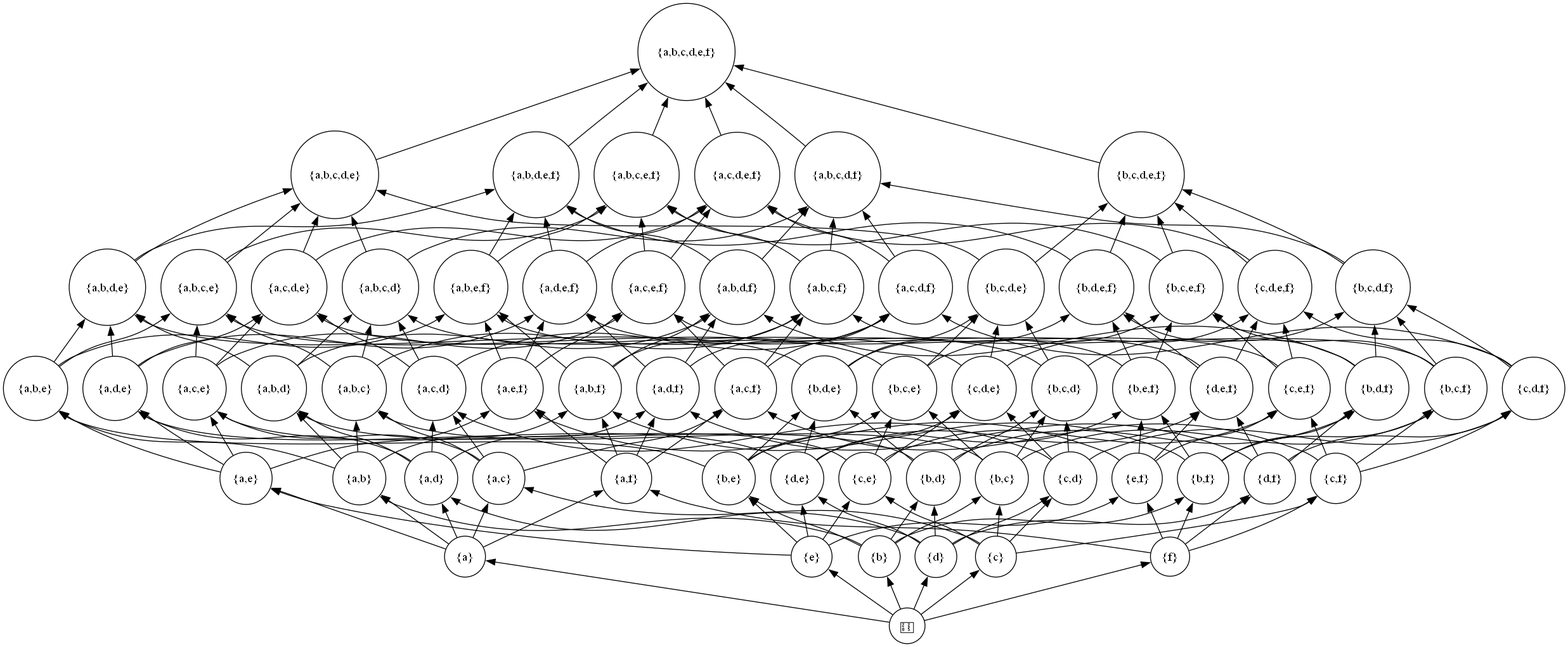
Above: python/hasse_b6.png in deepSANDHU08/COMP359_assignment_1 (Graphviz), before the change. Its source is kept beside it as python/hasse_b6.dot.
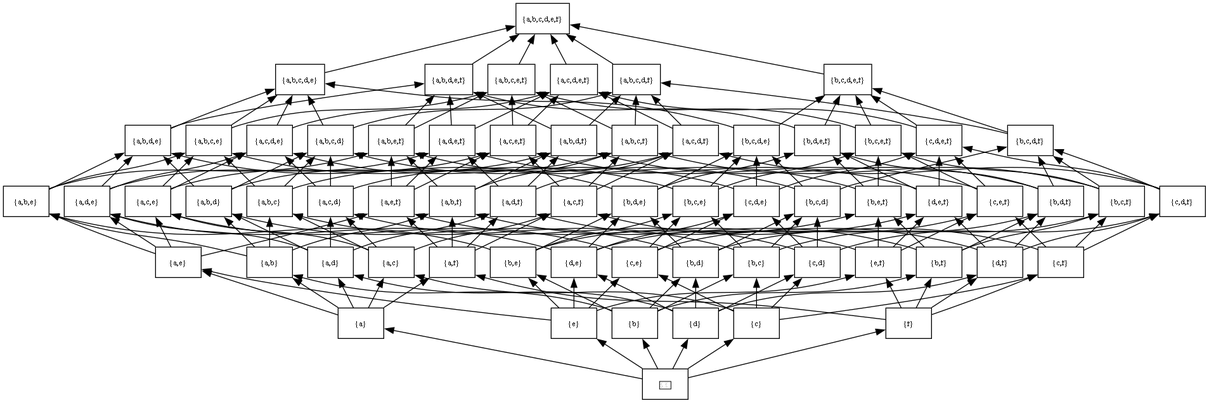
The same diagram one commit later.

The edit, as a diff of the source:
```diff
@@ -1,270 +1,270 @@
-digraph Hasse {
+digraph hasse {
   rankdir=BT;
-  node [shape=circle];
+  node [shape=box, fontsize=10];
 
-  n0 [label="∅"];
-  n1 [label="{a}"];
-  n2 [label="{b}"];
-  n3 [label="{c}"];
-  n4 [label="{d}"];
-  n5 [label="{e}"];
-  n6 [label="{f}"];
-  n7 [label="{a,b}"];
-  n8 [label="{a,c}"];
-  n9 [label="{a,d}"];
-  n10 [label="{a,e}"];
-  n11 [label="{a,f}"];
-  n12 [label="{b,c}"];
-  n13 [label="{b,d}"];
-  n14 [label="{b,e}"];
-  n15 [label="{b,f}"];
-  n16 [label="{c,d}"];
-  n17 [label="{c,e}"];
-  n18 [label="{c,f}"];
-  n19 [label="{d,e}"];
-  n20 [label="{d,f}"];
-  n21 [label="{e,f}"];
-  n22 [label="{a,b,c}"];
-  n23 [label="{a,b,d}"];
-  n24 [label="{a,b,e}"];
-  n25 [label="{a,b,f}"];
-  n26 [label="{a,c,d}"];
-  n27 [label="{a,c,e}"];
-  n28 [label="{a,c,f}"];
-  n29 [label="{a,d,e}"];
-  n30 [label="{a,d,f}"];
-  n31 [label="{a,e,f}"];
-  n32 [label="{b,c,d}"];
-  n33 [label="{b,c,e}"];
-  n34 [label="{b,c,f}"];
-  n35 [label="{b,d,e}"];
-  n36 [label="{b,d,f}"];
-  n37 [label="{b,e,f}"];
-  n38 [label="{c,d,e}"];
-  n39 [label="{c,d,f}"];
-  n40 [label="{c,e,f}"];
-  n41 [label="{d,e,f}"];
-  n42 [label="{a,b,c,d}"];
-  n43 [label="{a,b,c,e}"];
-  n44 [label="{a,b,c,f}"];
-  n45 [label="{a,b,d,e}"];
-  n46 [label="{a,b,d,f}"];
-  n47 [label="{a,b,e,f}"];
-  n48 [label="{a,c,d,e}"];
-  n49 [label="{a,c,d,f}"];
-  n50 [label="{a,c,e,f}"];
-  n51 [label="{a,d,e,f}"];
-  n52 [label="{b,c,d,e}"];
-  n53 [label="{b,c,d,f}"];
-  n54 [label="{b,c,e,f}"];
-  n55 [label="{b,d,e,f}"];
-  n56 [label="{c,d,e,f}"];
-  n57 [label="{a,b,c,d,e}"];
-  n58 [label="{a,b,c,d,f}"];
-  n59 [label="{a,b,c,e,f}"];
-  n60 [label="{a,b,d,e,f}"];
-  n61 [label="{a,c,d,e,f}"];
-  n62 [label="{b,c,d,e,f}"];
-  n63 [label="{a,b,c,d,e,f}"];
+  S0 [label="∅"];
+  S1 [label="{a}"];
+  S2 [label="{b}"];
+  S3 [label="{a,b}"];
+  S4 [label="{c}"];
+  S5 [label="{a,c}"];
+  S6 [label="{b,c}"];
+  S7 [label="{a,b,c}"];
+  S8 [label="{d}"];
+  S9 [label="{a,d}"];
+  S10 [label="{b,d}"];
+  S11 [label="{a,b,d}"];
+  S12 [label="{c,d}"];
+  S13 [label="{a,c,d}"];
+  S14 [label="{b,c,d}"];
+  S15 [label="{a,b,c,d}"];
+  S16 [label="{e}"];
+  S17 [label="{a,e}"];
+  S18 [label="{b,e}"];
+  S19 [label="{a,b,e}"];
+  S20 [label="{c,e}"];
+  S21 [label="{a,c,e}"];
+  S22 [label="{b,c,e}"];
+  S23 [label="{a,b,c,e}"];
+  S24 [label="{d,e}"];
+  S25 [label="{a,d,e}"];
+  S26 [label="{b,d,e}"];
+  S27 [label="{a,b,d,e}"];
+  S28 [label="{c,d,e}"];
+  S29 [label="{a,c,d,e}"];
+  S30 [label="{b,c,d,e}"];
+  S31 [label="{a,b,c,d,e}"];
+  S32 [label="{f}"];
+  S33 [label="{a,f}"];
+  S34 [label="{b,f}"];
+  S35 [label="{a,b,f}"];
+  S36 [label="{c,f}"];
+  S37 [label="{a,c,f}"];
+  S38 [label="{b,c,f}"];
+  S39 [label="{a,b,c,f}"];
+  S40 [label="{d,f}"];
+  S41 [label="{a,d,f}"];
+  S42 [label="{b,d,f}"];
+  S43 [label="{a,b,d,f}"];
+  S44 [label="{c,d,f}"];
+  S45 [label="{a,c,d,f}"];
+  S46 [label="{b,c,d,f}"];
+  S47 [label="{a,b,c,d,f}"];
+  S48 [label="{e,f}"];
+  S49 [label="{a,e,f}"];
+  S50 [label="{b,e,f}"];
+  S51 [label="{a,b,e,f}"];
+  S52 [label="{c,e,f}"];
+  S53 [label="{a,c,e,f}"];
+  S54 [label="{b,c,e,f}"];
+  S55 [label="{a,b,c,e,f}"];
+  S56 [label="{d,e,f}"];
+  S57 [label="{a,d,e,f}"];
+  S58 [label="{b,d,e,f}"];
+  S59 [label="{a,b,d,e,f}"];
+  S60 [label="{c,d,e,f}"];
+  S61 [label="{a,c,d,e,f}"];
+  S62 [label="{b,c,d,e,f}"];
+  S63 [label="{a,b,c,d,e,f}"];
 
-  { rank=same; n0 }
-  { rank=same; n1 n2 n3 n4 n5 n6 }
-  { rank=same; n7 n8 n9 n10 n11 n12 n13 n14 n15 n16 n17 n18 n19 n20 n21 }
-  { rank=same; n22 n23 n24 n25 n26 n27 n28 n29 n30 n31 n32 n33 n34 n35 n36 n37 n38 n39 n40 n41 }
-  { rank=same; n42 n43 n44 n45 n46 n47 n48 n49 n50 n51 n52 n53 n54 n55 n56 }
-  { rank=same; n57 n58 n59 n60 n61 n62 }
-  { rank=same; n63 }
+  { rank=same; S0; }
+  { rank=same; S1; S2; S4; S8; S16; S32; }
+  { rank=same; S3; S5; S6; S9; S10; S12; S17; S18; S20; S24; S33; S34; S36; S40; S48; }
+  { rank=same; S7; S11; S13; S14; S19; S21; S22; S25; S26; S28; S35; S37; S38; S41; S42; S44; S49; S50; S52; S56; }
+  { rank=same; S15; S23; S27; S29; S30; S39; S43; S45; S46; S51; S53; S54; S57; S58; S60; }
+  { rank=same; S31; S47; S55; S59; S61; S62; }
+  { rank=same; S63; }
 
-  n0 -> n1;
-  n0 -> n2;
-  n0 -> n3;
-  n0 -> n4;
-  n0 -> n5;
-  n0 -> n6;
-  n1 -> n7;
-  n1 -> n8;
-  n1 -> n9;
-  n1 -> n10;
-  n1 -> n11;
-  n2 -> n7;
-  n2 -> n12;
-  n2 -> n13;
-  n2 -> n14;
-  n2 -> n15;
-  n3 -> n8;
-  n3 -> n12;
-  n3 -> n16;
-  n3 -> n17;
-  n3 -> n18;
-  n4 -> n9;
-  n4 -> n13;
-  n4 -> n16;
-  n4 -> n19;
-  n4 -> n20;
-  n5 -> n10;
-  n5 -> n14;
-  n5 -> n17;
-  n5 -> n19;
-  n5 -> n21;
-  n6 -> n11;
-  n6 -> n15;
-  n6 -> n18;
-  n6 -> n20;
-  n6 -> n21;
-  n7 -> n22;
-  n7 -> n23;
-  n7 -> n24;
-  n7 -> n25;
-  n8 -> n22;
-  n8 -> n26;
-  n8 -> n27;
-  n8 -> n28;
-  n9 -> n23;
-  n9 -> n26;
-  n9 -> n29;
-  n9 -> n30;
-  n10 -> n24;
-  n10 -> n27;
-  n10 -> n29;
-  n10 -> n31;
-  n11 -> n25;
-  n11 -> n28;
-  n11 -> n30;
-  n11 -> n31;
-  n12 -> n22;
-  n12 -> n32;
-  n12 -> n33;
-  n12 -> n34;
-  n13 -> n23;
-  n13 -> n32;
-  n13 -> n35;
-  n13 -> n36;
-  n14 -> n24;
-  n14 -> n33;
-  n14 -> n35;
-  n14 -> n37;
-  n15 -> n25;
-  n15 -> n34;
-  n15 -> n36;
-  n15 -> n37;
-  n16 -> n26;
-  n16 -> n32;
-  n16 -> n38;
-  n16 -> n39;
-  n17 -> n27;
-  n17 -> n33;
-  n17 -> n38;
-  n17 -> n40;
-  n18 -> n28;
-  n18 -> n34;
-  n18 -> n39;
-  n18 -> n40;
-  n19 -> n29;
-  n19 -> n35;
-  n19 -> n38;
-  n19 -> n41;
-  n20 -> n30;
-  n20 -> n36;
-  n20 -> n39;
-  n20 -> n41;
-  n21 -> n31;
-  n21 -> n37;
-  n21 -> n40;
-  n21 -> n41;
-  n22 -> n42;
-  n22 -> n43;
-  n22 -> n44;
-  n23 -> n42;
-  n23 -> n45;
-  n23 -> n46;
-  n24 -> n43;
-  n24 -> n45;
-  n24 -> n47;
-  n25 -> n44;
-  n25 -> n46;
-  n25 -> n47;
-  n26 -> n42;
-  n26 -> n48;
-  n26 -> n49;
-  n27 -> n43;
-  n27 -> n48;
-  n27 -> n50;
-  n28 -> n44;
-  n28 -> n49;
-  n28 -> n50;
-  n29 -> n45;
-  n29 -> n48;
-  n29 -> n51;
-  n30 -> n46;
-  n30 -> n49;
-  n30 -> n51;
-  n31 -> n47;
-  n31 -> n50;
-  n31 -> n51;
-  n32 -> n42;
-  n32 -> n52;
-  n32 -> n53;
-  n33 -> n43;
-  n33 -> n52;
-  n33 -> n54;
-  n34 -> n44;
-  n34 -> n53;
-  n34 -> n54;
-  n35 -> n45;
-  n35 -> n52;
-  n35 -> n55;
-  n36 -> n46;
-  n36 -> n53;
-  n36 -> n55;
-  n37 -> n47;
-  n37 -> n54;
-  n37 -> n55;
-  n38 -> n48;
-  n38 -> n52;
-  n38 -> n56;
-  n39 -> n49;
-  n39 -> n53;
-  n39 -> n56;
-  n40 -> n50;
-  n40 -> n54;
-  n40 -> n56;
-  n41 -> n51;
-  n41 -> n55;
-  n41 -> n56;
-  n42 -> n57;
-  n42 -> n58;
-  n43 -> n57;
-  n43 -> n59;
-  n44 -> n58;
-  n44 -> n59;
-  n45 -> n57;
-  n45 -> n60;
-  n46 -> n58;
-  n46 -> n60;
-  n47 -> n59;
-  n47 -> n60;
-  n48 -> n57;
-  n48 -> n61;
-  n49 -> n58;
-  n49 -> n61;
-  n50 -> n59;
-  n50 -> n61;
-  n51 -> n60;
-  n51 -> n61;
-  n52 -> n57;
-  n52 -> n62;
-  n53 -> n58;
-  n53 -> n62;
-  n54 -> n59;
-  n54 -> n62;
-  n55 -> n60;
-  n55 -> n62;
-  n56 -> n61;
-  n56 -> n62;
-  n57 -> n63;
-  n58 -> n63;
-  n59 -> n63;
-  n60 -> n63;
-  n61 -> n63;
-  n62 -> n63;
+  S0 -> S1;
+  S0 -> S2;
+  S0 -> S4;
+  S0 -> S8;
+  S0 -> S16;
+  S0 -> S32;
+  S1 -> S3;
+  S1 -> S5;
+  S1 -> S9;
+  S1 -> S17;
+  S1 -> S33;
+  S2 -> S3;
+  S2 -> S6;
+  S2 -> S10;
+  S2 -> S18;
+  S2 -> S34;
+  S3 -> S7;
+  S3 -> S11;
+  S3 -> S19;
+  S3 -> S35;
+  S4 -> S5;
+  S4 -> S6;
+  S4 -> S12;
+  S4 -> S20;
+  S4 -> S36;
+  S5 -> S7;
+  S5 -> S13;
+  S5 -> S21;
+  S5 -> S37;
+  S6 -> S7;
+  S6 -> S14;
+  S6 -> S22;
+  S6 -> S38;
+  S7 -> S15;
+  S7 -> S23;
+  S7 -> S39;
+  S8 -> S9;
+  S8 -> S10;
+  S8 -> S12;
+  S8 -> S24;
+  S8 -> S40;
+  S9 -> S11;
+  S9 -> S13;
+  S9 -> S25;
+  S9 -> S41;
+  S10 -> S11;
+  S10 -> S14;
+  S10 -> S26;
+  S10 -> S42;
+  S11 -> S15;
+  S11 -> S27;
+  S11 -> S43;
+  S12 -> S13;
+  S12 -> S14;
+  S12 -> S28;
+  S12 -> S44;
+  S13 -> S15;
+  S13 -> S29;
+  S13 -> S45;
+  S14 -> S15;
+  S14 -> S30;
+  S14 -> S46;
+  S15 -> S31;
+  S15 -> S47;
+  S16 -> S17;
+  S16 -> S18;
+  S16 -> S20;
+  S16 -> S24;
+  S16 -> S48;
+  S17 -> S19;
+  S17 -> S21;
+  S17 -> S25;
+  S17 -> S49;
+  S18 -> S19;
+  S18 -> S22;
+  S18 -> S26;
+  S18 -> S50;
+  S19 -> S23;
+  S19 -> S27;
+  S19 -> S51;
+  S20 -> S21;
+  S20 -> S22;
+  S20 -> S28;
+  S20 -> S52;
+  S21 -> S23;
+  S21 -> S29;
+  S21 -> S53;
+  S22 -> S23;
+  S22 -> S30;
+  S22 -> S54;
+  S23 -> S31;
+  S23 -> S55;
+  S24 -> S25;
+  S24 -> S26;
+  S24 -> S28;
+  S24 -> S56;
+  S25 -> S27;
+  S25 -> S29;
+  S25 -> S57;
+  S26 -> S27;
+  S26 -> S30;
+  S26 -> S58;
+  S27 -> S31;
+  S27 -> S59;
+  S28 -> S29;
+  S28 -> S30;
+  S28 -> S60;
+  S29 -> S31;
+  S29 -> S61;
+  S30 -> S31;
+  S30 -> S62;
+  S31 -> S63;
+  S32 -> S33;
+  S32 -> S34;
+  S32 -> S36;
+  S32 -> S40;
+  S32 -> S48;
+  S33 -> S35;
+  S33 -> S37;
+  S33 -> S41;
+  S33 -> S49;
+  S34 -> S35;
+  S34 -> S38;
+  S34 -> S42;
+  S34 -> S50;
+  S35 -> S39;
+  S35 -> S43;
+  S35 -> S51;
+  S36 -> S37;
+  S36 -> S38;
+  S36 -> S44;
+  S36 -> S52;
+  S37 -> S39;
+  S37 -> S45;
+  S37 -> S53;
+  S38 -> S39;
+  S38 -> S46;
+  S38 -> S54;
+  S39 -> S47;
+  S39 -> S55;
+  S40 -> S41;
+  S40 -> S42;
+  S40 -> S44;
+  S40 -> S56;
+  S41 -> S43;
+  S41 -> S45;
+  S41 -> S57;
+  S42 -> S43;
+  S42 -> S46;
+  S42 -> S58;
+  S43 -> S47;
+  S43 -> S59;
+  S44 -> S45;
+  S44 -> S46;
+  S44 -> S60;
+  S45 -> S47;
+  S45 -> S61;
+  S46 -> S47;
+  S46 -> S62;
+  S47 -> S63;
+  S48 -> S49;
+  S48 -> S50;
+  S48 -> S52;
+  S48 -> S56;
+  S49 -> S51;
+  S49 -> S53;
+  S49 -> S57;
+  S50 -> S51;
+  S50 -> S54;
+  S50 -> S58;
+  S51 -> S55;
+  S51 -> S59;
+  S52 -> S53;
+  S52 -> S54;
+  S52 -> S60;
+  S53 -> S55;
+  S53 -> S61;
+  S54 -> S55;
+  S54 -> S62;
+  S55 -> S63;
+  S56 -> S57;
+  S56 -> S58;
+  S56 -> S60;
+  S57 -> S59;
+  S57 -> S61;
+  S58 -> S59;
+  S58 -> S62;
+  S59 -> S63;
+  S60 -> S61;
+  S60 -> S62;
+  S61 -> S63;
+  S62 -> S63;
 }
```
